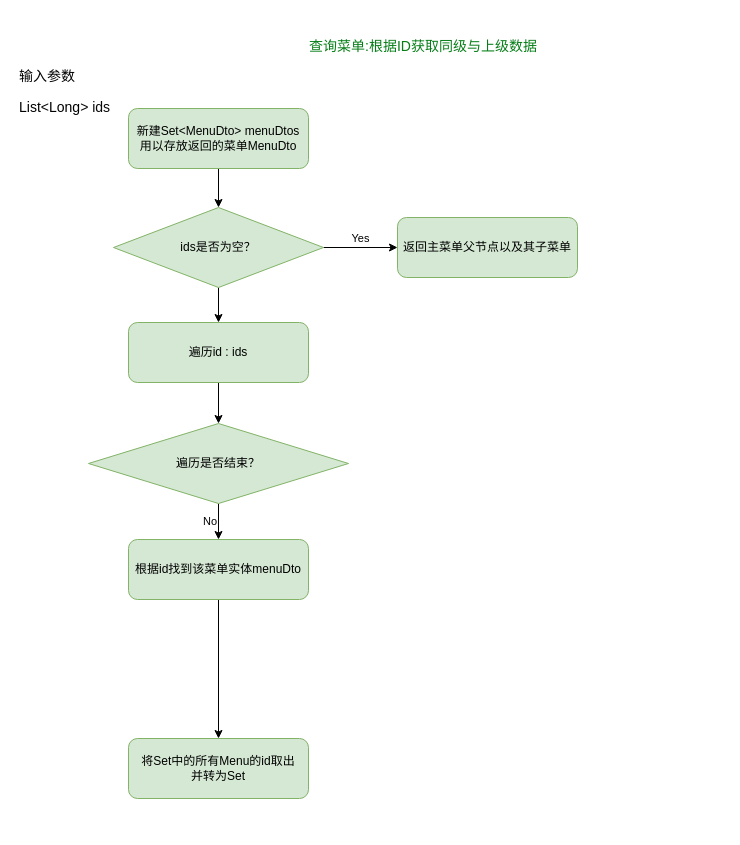
Earlier version of the draw.io diagram page "查询菜单:根据ID获取同级与上级数据" (6 of 6) of eladmin.drawio (HonyoLAN/telmy). Source tidied: cells renumbered, new cells numbered last; positions are measured from the earlier drawing's top-left corner, leaving out a move shared by most shapes. Both pictures are drawn from the tidied source at 100%, with x=0, y=0 at pixel (17, 17).
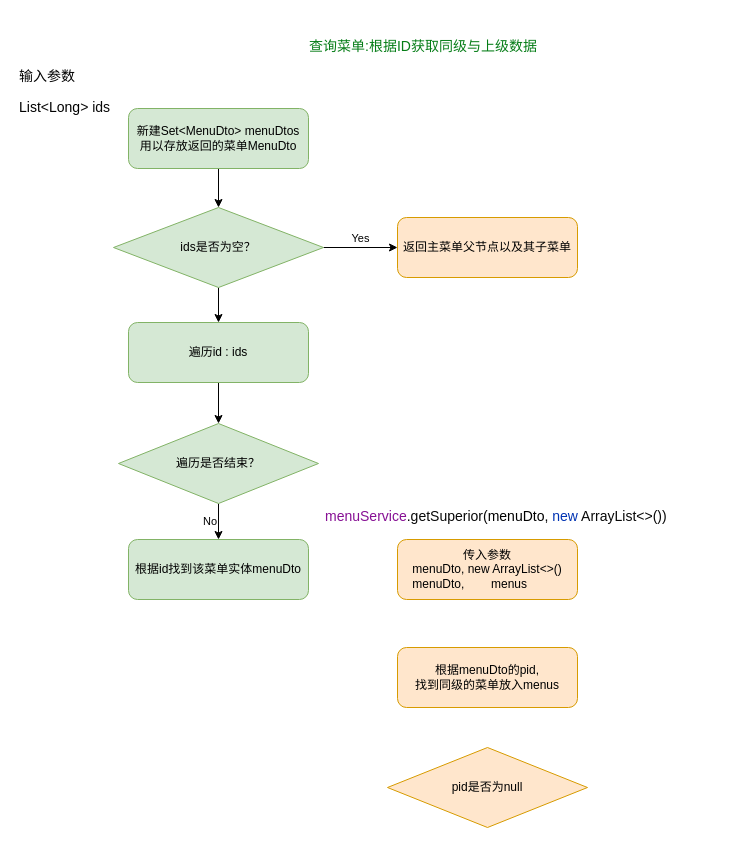
The same page after the edit.

Diff of the diagram source:
```diff
@@
 <mxGraphModel>
   <root>
     <mxCell id="0" />
     <mxCell id="1" parent="0" />
     <mxCell id="2" value="&lt;pre style=&quot;background-color:#ffffff;color:#080808;font-family:'宋体';font-size:10.5pt;&quot;&gt;&lt;span style=&quot;color:#067d17;&quot;&gt;查询菜单&lt;/span&gt;&lt;span style=&quot;color:#067d17;font-family:'JetBrains Mono';&quot;&gt;:&lt;/span&gt;&lt;span style=&quot;color:#067d17;&quot;&gt;根据&lt;/span&gt;&lt;span style=&quot;color:#067d17;font-family:'JetBrains Mono';&quot;&gt;ID&lt;/span&gt;&lt;span style=&quot;color:#067d17;&quot;&gt;获取同级与上级数据&lt;/span&gt;&lt;/pre&gt;" style="text;whiteSpace=wrap;html=1;" parent="1" vertex="1">
       <mxGeometry x="290" width="270" height="70" as="geometry" />
     </mxCell>
     <mxCell id="3" style="edgeStyle=orthogonalEdgeStyle;rounded=0;jettySize=auto;html=1;" parent="1" edge="1" source="4" target="13">
       <mxGeometry relative="1" as="geometry" />
     </mxCell>
     <mxCell id="4" value="新建Set&amp;lt;MenuDto&amp;gt; menuDtos&lt;br&gt;用以存放返回的菜单MenuDto" style="rounded=1;whiteSpace=wrap;html=1;labelBackgroundColor=none;fillColor=#d5e8d4;strokeColor=#82b366;" parent="1" vertex="1">
       <mxGeometry x="111" y="91" width="180" height="60" as="geometry" />
     </mxCell>
     <mxCell id="5" style="edgeStyle=orthogonalEdgeStyle;rounded=0;jettySize=auto;html=1;" parent="1" edge="1" source="6" target="16">
       <mxGeometry relative="1" as="geometry" />
     </mxCell>
     <mxCell id="6" value="遍历id : ids" style="rounded=1;whiteSpace=wrap;html=1;labelBackgroundColor=none;fillColor=#d5e8d4;strokeColor=#82b366;" parent="1" vertex="1">
       <mxGeometry x="111" y="305" width="180" height="60" as="geometry" />
     </mxCell>
-    <mxCell id="7" style="edgeStyle=orthogonalEdgeStyle;rounded=0;jettySize=auto;html=1;exitX=0.5;exitY=1;exitDx=0;exitDy=0;" parent="1" edge="1" source="8" target="9">
-      <mxGeometry relative="1" as="geometry" />
-    </mxCell>
     <mxCell id="8" value="根据id找到该菜单实体menuDto" style="rounded=1;whiteSpace=wrap;html=1;labelBackgroundColor=none;fillColor=#d5e8d4;strokeColor=#82b366;" parent="1" vertex="1">
       <mxGeometry x="111" y="522" width="180" height="60" as="geometry" />
     </mxCell>
-    <mxCell id="9" value="将Set中的所有Menu的id取出&lt;br&gt;并转为Set" style="rounded=1;whiteSpace=wrap;html=1;labelBackgroundColor=none;fillColor=#d5e8d4;strokeColor=#82b366;" parent="1" vertex="1">
-      <mxGeometry x="111" y="721" width="180" height="60" as="geometry" />
-    </mxCell>
     <mxCell id="10" value="&lt;pre style=&quot;background-color:#ffffff;color:#080808;font-family:'JetBrains Mono';font-size:10.5pt;&quot;&gt;&lt;span style=&quot;color:#000000;&quot;&gt;输入参数&lt;/span&gt;&lt;/pre&gt;&lt;pre style=&quot;background-color:#ffffff;color:#080808;font-family:'JetBrains Mono';font-size:10.5pt;&quot;&gt;&lt;span style=&quot;color:#000000;&quot;&gt;List&lt;/span&gt;&amp;lt;&lt;span style=&quot;color:#000000;&quot;&gt;Long&lt;/span&gt;&amp;gt; ids&lt;/pre&gt;" style="text;whiteSpace=wrap;html=1;" parent="1" vertex="1">
       <mxGeometry y="30" width="130" height="70" as="geometry" />
     </mxCell>
     <mxCell id="11" style="edgeStyle=orthogonalEdgeStyle;rounded=0;jettySize=auto;html=1;" parent="1" edge="1" source="13" target="6">
       <mxGeometry relative="1" as="geometry" />
     </mxCell>
     <mxCell id="12" value="Yes" style="edgeStyle=orthogonalEdgeStyle;rounded=0;jettySize=auto;html=1;labelPosition=center;verticalLabelPosition=top;align=center;verticalAlign=bottom;" parent="1" edge="1" source="13" target="14">
       <mxGeometry relative="1" as="geometry" />
     </mxCell>
     <mxCell id="13" value="ids是否为空？" style="rhombus;whiteSpace=wrap;html=1;labelBackgroundColor=none;fillColor=#d5e8d4;strokeColor=#82b366;" parent="1" vertex="1">
       <mxGeometry x="96" y="190" width="210" height="80" as="geometry" />
     </mxCell>
-    <mxCell id="14" value="返回主菜单父节点以及其子菜单" style="rounded=1;whiteSpace=wrap;html=1;labelBackgroundColor=none;fillColor=#d5e8d4;strokeColor=#82b366;" parent="1" vertex="1">
+    <mxCell id="14" value="返回主菜单父节点以及其子菜单" style="rounded=1;whiteSpace=wrap;html=1;labelBackgroundColor=none;fillColor=#ffe6cc;strokeColor=#d79b00;" parent="1" vertex="1">
       <mxGeometry x="380" y="200" width="180" height="60" as="geometry" />
     </mxCell>
     <mxCell id="15" value="No" style="edgeStyle=orthogonalEdgeStyle;rounded=0;jettySize=auto;html=1;labelPosition=left;verticalLabelPosition=middle;align=right;verticalAlign=middle;" parent="1" edge="1" source="16" target="8">
       <mxGeometry relative="1" as="geometry" />
     </mxCell>
     <mxCell id="16" value="遍历是否结束？" style="rhombus;whiteSpace=wrap;html=1;labelBackgroundColor=none;fillColor=#d5e8d4;strokeColor=#82b366;" parent="1" vertex="1">
-      <mxGeometry x="71" y="406" width="260" height="80" as="geometry" />
+      <mxGeometry x="101" y="406" width="200" height="80" as="geometry" />
     </mxCell>
+    <mxCell id="17" value="传入参数&lt;br&gt;&lt;span style=&quot;font-size: 12px;&quot;&gt;menuDto, new ArrayList&amp;lt;&amp;gt;()&lt;/span&gt;&lt;br&gt;&lt;div style=&quot;text-align: left;&quot;&gt;menuDto,&amp;nbsp; &amp;nbsp; &amp;nbsp; &amp;nbsp; menus&lt;/div&gt;" style="rounded=1;whiteSpace=wrap;html=1;labelBackgroundColor=none;fillColor=#ffe6cc;strokeColor=#d79b00;" parent="1" vertex="1">
+      <mxGeometry x="380" y="522" width="180" height="60" as="geometry" />
+    </mxCell>
+    <mxCell id="18" value="根据&lt;span style=&quot;text-align: left;&quot;&gt;menuDto的&lt;/span&gt;pid,&lt;br&gt;找到同级的菜单放入menus" style="rounded=1;whiteSpace=wrap;html=1;labelBackgroundColor=none;fillColor=#ffe6cc;strokeColor=#d79b00;" parent="1" vertex="1">
+      <mxGeometry x="380" y="630" width="180" height="60" as="geometry" />
+    </mxCell>
+    <mxCell id="19" value="&lt;pre style=&quot;background-color:#ffffff;color:#080808;font-family:'JetBrains Mono';font-size:10.5pt;&quot;&gt;&lt;span style=&quot;color:#871094;&quot;&gt;menuService&lt;/span&gt;.getSuperior(&lt;span style=&quot;color:#000000;&quot;&gt;menuDto&lt;/span&gt;, &lt;span style=&quot;color:#0033b3;&quot;&gt;new &lt;/span&gt;ArrayList&amp;lt;&amp;gt;())&lt;/pre&gt;" style="text;whiteSpace=wrap;html=1;" parent="1" vertex="1">
+      <mxGeometry x="306" y="470" width="400" height="70" as="geometry" />
+    </mxCell>
+    <mxCell id="20" value="pid是否为null" style="rhombus;whiteSpace=wrap;html=1;labelBackgroundColor=none;fillColor=#ffe6cc;strokeColor=#d79b00;" parent="1" vertex="1">
+      <mxGeometry x="370" y="730" width="200" height="80" as="geometry" />
+    </mxCell>
   </root>
 </mxGraphModel>
```
